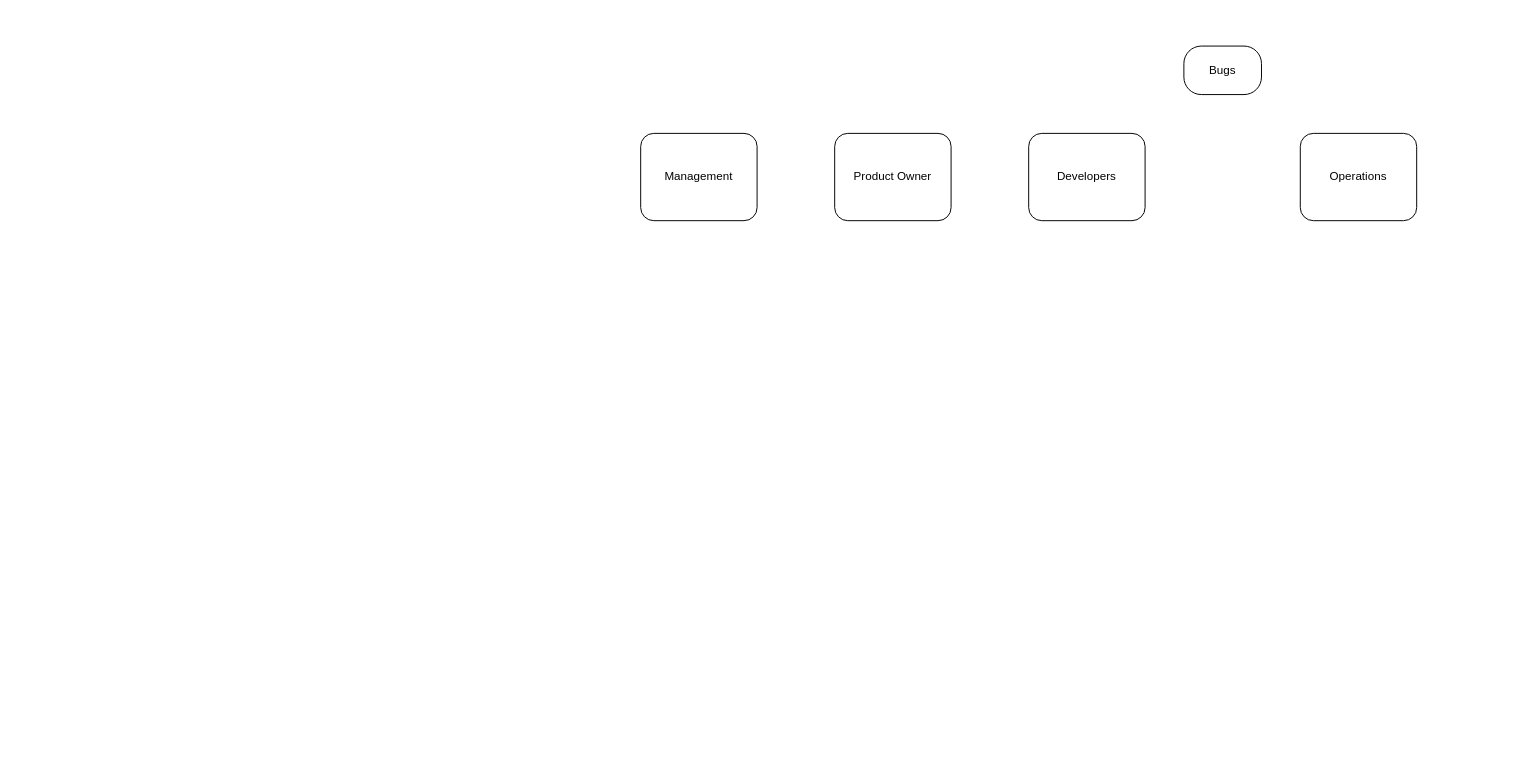
The draw.io diagram control-management/software-control-system.drawio in doruirimescu/papers, before the edit. Source tidied: cells renumbered, new cells numbered last; positions are measured from the earlier drawing's top-left corner, leaving out a move shared by most shapes. Both pictures are drawn from the tidied source at 97%, with x=0, y=0 at pixel (640, 46).
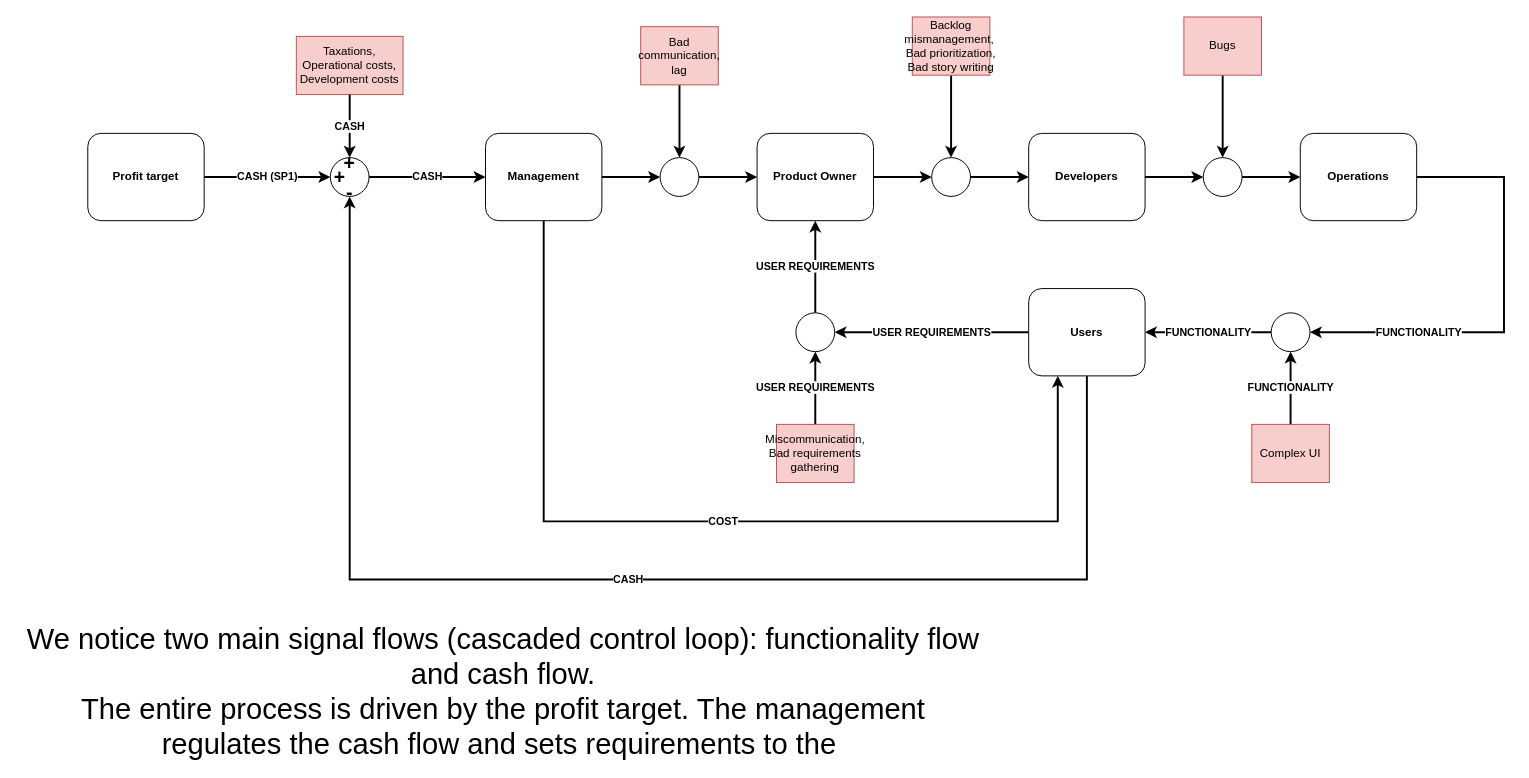
The same page after the edit.

Change to the diagram source:
```diff
@@
+    <mxCell id="7" style="edgeStyle=orthogonalEdgeStyle;rounded=0;jettySize=auto;html=1;exitX=1;exitY=0.5;exitDx=0;exitDy=0;entryX=0;entryY=0.5;entryDx=0;entryDy=0;strokeWidth=2;" parent="1" edge="1" source="2" target="33">
+      <mxGeometry relative="1" as="geometry" />
+    </mxCell>
+    <mxCell id="8" value="&lt;b&gt;COST&lt;/b&gt;" style="edgeStyle=orthogonalEdgeStyle;rounded=0;jettySize=auto;html=1;exitX=0.5;exitY=1;exitDx=0;exitDy=0;entryX=0.25;entryY=1;entryDx=0;entryDy=0;strokeWidth=2;" parent="1" edge="1" source="2" target="14">
+      <mxGeometry relative="1" as="geometry">
+        <Array as="points">
+          <mxPoint x="-100" y="490" />
+          <mxPoint x="430" y="490" />
+        </Array>
+      </mxGeometry>
+    </mxCell>
-    <mxCell id="2" value="Management" style="rounded=1;whiteSpace=wrap;html=1;" parent="1" vertex="1">
-      <mxGeometry y="90" width="120" height="90" as="geometry" />
+    <mxCell id="2" value="Management" style="rounded=1;whiteSpace=wrap;html=1;fontStyle=1;" parent="1" vertex="1">
+      <mxGeometry x="-160" y="90" width="120" height="90" as="geometry" />
     </mxCell>
+    <mxCell id="9" style="edgeStyle=orthogonalEdgeStyle;rounded=0;jettySize=auto;html=1;exitX=1;exitY=0.5;exitDx=0;exitDy=0;entryX=0;entryY=0.5;entryDx=0;entryDy=0;strokeWidth=2;" parent="1" edge="1" source="3" target="19">
+      <mxGeometry relative="1" as="geometry" />
+    </mxCell>
-    <mxCell id="3" value="Product Owner" style="rounded=1;whiteSpace=wrap;html=1;" parent="1" vertex="1">
-      <mxGeometry x="200" y="90" width="120" height="90" as="geometry" />
+    <mxCell id="3" value="Product Owner" style="rounded=1;whiteSpace=wrap;html=1;fontStyle=1;" parent="1" vertex="1">
+      <mxGeometry x="120" y="90" width="120" height="90" as="geometry" />
     </mxCell>
+    <mxCell id="10" style="edgeStyle=orthogonalEdgeStyle;rounded=0;jettySize=auto;html=1;exitX=1;exitY=0.5;exitDx=0;exitDy=0;entryX=0;entryY=0.5;entryDx=0;entryDy=0;strokeWidth=2;" parent="1" edge="1" source="4" target="16">
+      <mxGeometry relative="1" as="geometry" />
+    </mxCell>
-    <mxCell id="4" value="Developers" style="rounded=1;whiteSpace=wrap;html=1;" parent="1" vertex="1">
+    <mxCell id="4" value="Developers" style="rounded=1;whiteSpace=wrap;html=1;fontStyle=1;" parent="1" vertex="1">
       <mxGeometry x="400" y="90" width="120" height="90" as="geometry" />
     </mxCell>
+    <mxCell id="11" value="&lt;b&gt;FUNCTIONALITY&lt;/b&gt;" style="edgeStyle=orthogonalEdgeStyle;rounded=0;jettySize=auto;html=1;exitX=1;exitY=0.5;exitDx=0;exitDy=0;entryX=1;entryY=0.5;entryDx=0;entryDy=0;strokeWidth=2;" parent="1" edge="1" source="5" target="27">
+      <mxGeometry x="0.5" relative="1" as="geometry">
+        <Array as="points">
+          <mxPoint x="890" y="135" />
+          <mxPoint x="890" y="295" />
+        </Array>
+      </mxGeometry>
+    </mxCell>
-    <mxCell id="5" value="Operations" style="rounded=1;whiteSpace=wrap;html=1;" parent="1" vertex="1">
+    <mxCell id="5" value="Operations" style="rounded=1;whiteSpace=wrap;html=1;fontStyle=1;" parent="1" vertex="1">
       <mxGeometry x="680" y="90" width="120" height="90" as="geometry" />
     </mxCell>
+    <mxCell id="12" value="&lt;b&gt;USER REQUIREMENTS&lt;/b&gt;" style="edgeStyle=orthogonalEdgeStyle;rounded=0;jettySize=auto;html=1;exitX=0;exitY=0.5;exitDx=0;exitDy=0;entryX=1;entryY=0.5;entryDx=0;entryDy=0;strokeWidth=2;" parent="1" edge="1" source="14" target="23">
+      <mxGeometry relative="1" as="geometry" />
+    </mxCell>
+    <mxCell id="13" value="&lt;b&gt;CASH&lt;/b&gt;" style="edgeStyle=orthogonalEdgeStyle;rounded=0;jettySize=auto;html=1;exitX=0.5;exitY=1;exitDx=0;exitDy=0;entryX=0.5;entryY=1;entryDx=0;entryDy=0;strokeWidth=2;jumpStyle=arc;" parent="1" edge="1" source="14" target="37">
+      <mxGeometry relative="1" as="geometry">
+        <Array as="points">
+          <mxPoint x="460" y="550" />
+          <mxPoint x="-300" y="550" />
+        </Array>
+      </mxGeometry>
+    </mxCell>
+    <mxCell id="14" value="Users" style="rounded=1;whiteSpace=wrap;html=1;fontStyle=1;" parent="1" vertex="1">
+      <mxGeometry x="400" y="250" width="120" height="90" as="geometry" />
+    </mxCell>
+    <mxCell id="15" style="edgeStyle=orthogonalEdgeStyle;rounded=0;jettySize=auto;html=1;exitX=1;exitY=0.5;exitDx=0;exitDy=0;entryX=0;entryY=0.5;entryDx=0;entryDy=0;strokeWidth=2;" parent="1" edge="1" source="16" target="5">
+      <mxGeometry relative="1" as="geometry" />
+    </mxCell>
+    <mxCell id="16" style="ellipse;whiteSpace=wrap;html=1;" parent="1" vertex="1">
+      <mxGeometry x="580" y="115" width="40" height="40" as="geometry" />
+    </mxCell>
+    <mxCell id="17" style="edgeStyle=orthogonalEdgeStyle;rounded=0;jettySize=auto;html=1;exitX=0.5;exitY=1;exitDx=0;exitDy=0;entryX=0.5;entryY=0;entryDx=0;entryDy=0;strokeWidth=2;" parent="1" edge="1" source="6" target="16">
+      <mxGeometry relative="1" as="geometry" />
+    </mxCell>
-    <mxCell id="6" value="Bugs" style="rounded=1;whiteSpace=wrap;html=1;arcSize=36;" parent="1" vertex="1">
-      <mxGeometry x="560" width="80" height="50" as="geometry" />
+    <mxCell id="6" value="Bugs" style="rounded=0;whiteSpace=wrap;html=1;fillColor=#f8cecc;strokeColor=#b85450;" parent="1" vertex="1">
+      <mxGeometry x="560" y="-30" width="80" height="60" as="geometry" />
     </mxCell>
+    <mxCell id="18" style="edgeStyle=orthogonalEdgeStyle;rounded=0;jettySize=auto;html=1;exitX=1;exitY=0.5;exitDx=0;exitDy=0;entryX=0;entryY=0.5;entryDx=0;entryDy=0;strokeWidth=2;" parent="1" edge="1" source="19" target="4">
+      <mxGeometry relative="1" as="geometry" />
+    </mxCell>
+    <mxCell id="19" style="ellipse;whiteSpace=wrap;html=1;" parent="1" vertex="1">
+      <mxGeometry x="300" y="115" width="40" height="40" as="geometry" />
+    </mxCell>
+    <mxCell id="20" style="edgeStyle=orthogonalEdgeStyle;rounded=0;jettySize=auto;html=1;exitX=0.5;exitY=1;exitDx=0;exitDy=0;entryX=0.5;entryY=0;entryDx=0;entryDy=0;strokeWidth=2;" parent="1" edge="1" source="21" target="19">
+      <mxGeometry relative="1" as="geometry" />
+    </mxCell>
+    <mxCell id="21" value="Backlog mismanagement,&amp;nbsp;&lt;br&gt;Bad prioritization,&lt;br&gt;Bad story writing" style="rounded=0;whiteSpace=wrap;html=1;fillColor=#f8cecc;strokeColor=#b85450;" parent="1" vertex="1">
+      <mxGeometry x="280" y="-30" width="80" height="60" as="geometry" />
+    </mxCell>
+    <mxCell id="22" value="&lt;b style=&quot;border-color: var(--border-color); color: rgb(0, 0, 0); font-family: Helvetica; font-size: 11px; font-style: normal; font-variant-ligatures: normal; font-variant-caps: normal; letter-spacing: normal; orphans: 2; text-align: center; text-indent: 0px; text-transform: none; widows: 2; word-spacing: 0px; -webkit-text-stroke-width: 0px; text-decoration-thickness: initial; text-decoration-style: initial; text-decoration-color: initial;&quot;&gt;USER REQUIREMENTS&lt;/b&gt;" style="edgeStyle=orthogonalEdgeStyle;rounded=0;jettySize=auto;html=1;exitX=0.5;exitY=0;exitDx=0;exitDy=0;entryX=0.5;entryY=1;entryDx=0;entryDy=0;strokeWidth=2;" parent="1" edge="1" source="23" target="3">
+      <mxGeometry relative="1" as="geometry" />
+    </mxCell>
+    <mxCell id="23" style="ellipse;whiteSpace=wrap;html=1;" parent="1" vertex="1">
+      <mxGeometry x="160" y="275" width="40" height="40" as="geometry" />
+    </mxCell>
+    <mxCell id="24" value="&lt;b style=&quot;border-color: var(--border-color); color: rgb(0, 0, 0); font-family: Helvetica; font-size: 11px; font-style: normal; font-variant-ligatures: normal; font-variant-caps: normal; letter-spacing: normal; orphans: 2; text-align: center; text-indent: 0px; text-transform: none; widows: 2; word-spacing: 0px; -webkit-text-stroke-width: 0px; text-decoration-thickness: initial; text-decoration-style: initial; text-decoration-color: initial;&quot;&gt;USER REQUIREMENTS&lt;/b&gt;" style="edgeStyle=orthogonalEdgeStyle;rounded=0;jettySize=auto;html=1;exitX=0.5;exitY=0;exitDx=0;exitDy=0;entryX=0.5;entryY=1;entryDx=0;entryDy=0;strokeWidth=2;" parent="1" edge="1" source="25" target="23">
+      <mxGeometry relative="1" as="geometry" />
+    </mxCell>
+    <mxCell id="25" value="Miscommunication,&lt;br&gt;Bad requirements gathering" style="rounded=0;whiteSpace=wrap;html=1;fillColor=#f8cecc;strokeColor=#b85450;" parent="1" vertex="1">
+      <mxGeometry x="140" y="390" width="80" height="60" as="geometry" />
+    </mxCell>
+    <mxCell id="26" value="&lt;b style=&quot;border-color: var(--border-color); color: rgb(0, 0, 0); font-family: Helvetica; font-size: 11px; font-style: normal; font-variant-ligatures: normal; font-variant-caps: normal; letter-spacing: normal; orphans: 2; text-align: center; text-indent: 0px; text-transform: none; widows: 2; word-spacing: 0px; -webkit-text-stroke-width: 0px; text-decoration-thickness: initial; text-decoration-style: initial; text-decoration-color: initial;&quot;&gt;FUNCTIONALITY&lt;/b&gt;" style="edgeStyle=orthogonalEdgeStyle;rounded=0;jettySize=auto;html=1;exitX=0;exitY=0.5;exitDx=0;exitDy=0;strokeWidth=2;" parent="1" edge="1" source="27" target="14">
+      <mxGeometry relative="1" as="geometry" />
+    </mxCell>
+    <mxCell id="27" style="ellipse;whiteSpace=wrap;html=1;" parent="1" vertex="1">
+      <mxGeometry x="650" y="275" width="40" height="40" as="geometry" />
+    </mxCell>
+    <mxCell id="28" value="&lt;b style=&quot;border-color: var(--border-color); color: rgb(0, 0, 0); font-family: Helvetica; font-size: 11px; font-style: normal; font-variant-ligatures: normal; font-variant-caps: normal; letter-spacing: normal; orphans: 2; text-align: center; text-indent: 0px; text-transform: none; widows: 2; word-spacing: 0px; -webkit-text-stroke-width: 0px; text-decoration-thickness: initial; text-decoration-style: initial; text-decoration-color: initial;&quot;&gt;FUNCTIONALITY&lt;/b&gt;" style="edgeStyle=orthogonalEdgeStyle;rounded=0;jettySize=auto;html=1;exitX=0.5;exitY=0;exitDx=0;exitDy=0;entryX=0.5;entryY=1;entryDx=0;entryDy=0;strokeWidth=2;" parent="1" edge="1" source="29" target="27">
+      <mxGeometry relative="1" as="geometry" />
+    </mxCell>
+    <mxCell id="29" value="Complex UI" style="rounded=0;whiteSpace=wrap;html=1;fillColor=#f8cecc;strokeColor=#b85450;" parent="1" vertex="1">
+      <mxGeometry x="630" y="390" width="80" height="60" as="geometry" />
+    </mxCell>
+    <mxCell id="30" style="edgeStyle=orthogonalEdgeStyle;rounded=0;jettySize=auto;html=1;exitX=0.5;exitY=1;exitDx=0;exitDy=0;entryX=0.5;entryY=0;entryDx=0;entryDy=0;strokeWidth=2;" parent="1" edge="1" source="31" target="33">
+      <mxGeometry relative="1" as="geometry" />
+    </mxCell>
+    <mxCell id="31" value="Bad communication,&lt;br&gt;lag" style="rounded=0;whiteSpace=wrap;html=1;fillColor=#f8cecc;strokeColor=#b85450;" parent="1" vertex="1">
+      <mxGeometry y="-20" width="80" height="60" as="geometry" />
+    </mxCell>
+    <mxCell id="32" style="edgeStyle=orthogonalEdgeStyle;rounded=0;jettySize=auto;html=1;exitX=1;exitY=0.5;exitDx=0;exitDy=0;entryX=0;entryY=0.5;entryDx=0;entryDy=0;strokeWidth=2;" parent="1" edge="1" source="33" target="3">
+      <mxGeometry relative="1" as="geometry" />
+    </mxCell>
+    <mxCell id="33" style="ellipse;whiteSpace=wrap;html=1;" parent="1" vertex="1">
+      <mxGeometry x="20" y="115" width="40" height="40" as="geometry" />
+    </mxCell>
+    <mxCell id="34" value="&lt;b&gt;CASH (SP1)&lt;/b&gt;" style="edgeStyle=orthogonalEdgeStyle;rounded=0;jettySize=auto;html=1;exitX=1;exitY=0.5;exitDx=0;exitDy=0;strokeWidth=2;entryX=0;entryY=0.5;entryDx=0;entryDy=0;" parent="1" edge="1" source="35" target="37">
+      <mxGeometry relative="1" as="geometry" />
+    </mxCell>
+    <mxCell id="35" value="Profit target" style="rounded=1;whiteSpace=wrap;html=1;fontStyle=1;" parent="1" vertex="1">
+      <mxGeometry x="-570" y="90" width="120" height="90" as="geometry" />
+    </mxCell>
+    <mxCell id="36" value="&lt;b&gt;CASH&lt;/b&gt;" style="edgeStyle=orthogonalEdgeStyle;rounded=0;jettySize=auto;html=1;exitX=1;exitY=0.5;exitDx=0;exitDy=0;entryX=0;entryY=0.5;entryDx=0;entryDy=0;strokeWidth=2;" parent="1" edge="1" source="37" target="2">
+      <mxGeometry relative="1" as="geometry" />
+    </mxCell>
+    <mxCell id="37" style="ellipse;whiteSpace=wrap;html=1;" parent="1" vertex="1">
+      <mxGeometry x="-320" y="115" width="40" height="40" as="geometry" />
+    </mxCell>
+    <mxCell id="38" value="Taxations,&lt;br&gt;Operational costs,&lt;br&gt;Development costs" style="rounded=0;whiteSpace=wrap;html=1;fillColor=#f8cecc;strokeColor=#b85450;" parent="1" vertex="1">
+      <mxGeometry x="-355" y="-10" width="110" height="60" as="geometry" />
+    </mxCell>
+    <mxCell id="39" value="&lt;b&gt;CASH&lt;/b&gt;" style="edgeStyle=orthogonalEdgeStyle;rounded=0;jettySize=auto;html=1;exitX=0.5;exitY=1;exitDx=0;exitDy=0;strokeWidth=2;entryX=0.5;entryY=0;entryDx=0;entryDy=0;" parent="1" edge="1" source="38" target="37">
+      <mxGeometry relative="1" as="geometry" />
+    </mxCell>
+    <mxCell id="40" value="&lt;font size=&quot;1&quot; style=&quot;&quot;&gt;&lt;b style=&quot;font-size: 20px;&quot;&gt;+&lt;/b&gt;&lt;/font&gt;" style="text;html=1;strokeColor=none;fillColor=none;align=center;verticalAlign=middle;whiteSpace=wrap;rounded=0;" parent="1" vertex="1">
+      <mxGeometry x="-320" y="130" width="20" height="10" as="geometry" />
+    </mxCell>
+    <mxCell id="41" value="&lt;font size=&quot;1&quot; style=&quot;&quot;&gt;&lt;b style=&quot;font-size: 20px;&quot;&gt;+&lt;/b&gt;&lt;/font&gt;" style="text;html=1;strokeColor=none;fillColor=none;align=center;verticalAlign=middle;whiteSpace=wrap;rounded=0;" parent="1" vertex="1">
+      <mxGeometry x="-310" y="115" width="20" height="10" as="geometry" />
+    </mxCell>
+    <mxCell id="42" value="&lt;font size=&quot;1&quot; style=&quot;&quot;&gt;&lt;b style=&quot;font-size: 20px;&quot;&gt;-&lt;/b&gt;&lt;/font&gt;" style="text;html=1;strokeColor=none;fillColor=none;align=center;verticalAlign=middle;whiteSpace=wrap;rounded=0;" parent="1" vertex="1">
+      <mxGeometry x="-310" y="145" width="20" height="10" as="geometry" />
+    </mxCell>
+    <mxCell id="43" value="&lt;font style=&quot;font-size: 30px;&quot;&gt;We notice two main signal flows (cascaded control loop): functionality flow and cash flow. &lt;br&gt;The entire process is driven by the profit target. The management regulates the cash flow and sets requirements to the&amp;nbsp;&lt;/font&gt;" style="text;html=1;strokeColor=none;fillColor=none;align=center;verticalAlign=middle;whiteSpace=wrap;rounded=0;" parent="1" vertex="1">
+      <mxGeometry x="-643" y="650" width="1003" height="30" as="geometry" />
+    </mxCell>
```
